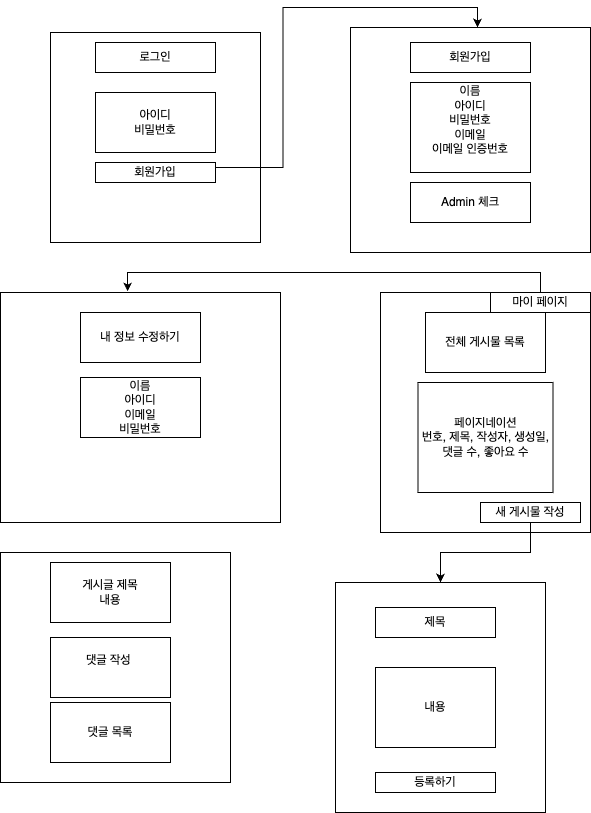
newspeed-project/newspeed-project keeps this draw.io diagram as 뉴스피드 와이어프레임.drawio.png. Above is the earlier version. Source tidied: cells renumbered, new cells last; positions are measured from the earlier drawing's top-left corner, leaving out a move shared by most shapes. Its diagram source:
```xml
<mxGraphModel>
  <root>
    <mxCell id="0" />
    <mxCell id="1" parent="0" />
    <mxCell id="2" style="whiteSpace=wrap;html=1;" parent="1" vertex="1">
      <mxGeometry x="50" y="5" width="210" height="210" as="geometry" />
    </mxCell>
    <mxCell id="3" value="아이디&lt;div&gt;비밀번호&lt;/div&gt;" style="rounded=0;whiteSpace=wrap;html=1;" parent="1" vertex="1">
      <mxGeometry x="95" y="65" width="120" height="60" as="geometry" />
    </mxCell>
    <mxCell id="4" value="로그인" style="rounded=0;whiteSpace=wrap;html=1;" parent="1" vertex="1">
      <mxGeometry x="95" y="15" width="120" height="30" as="geometry" />
    </mxCell>
    <mxCell id="5" style="rounded=0;whiteSpace=wrap;html=1;" parent="1" vertex="1">
      <mxGeometry x="350" width="240" height="225" as="geometry" />
    </mxCell>
    <mxCell id="6" value="회원가입" style="rounded=0;whiteSpace=wrap;html=1;" parent="1" vertex="1">
      <mxGeometry x="410" y="15" width="120" height="30" as="geometry" />
    </mxCell>
    <mxCell id="7" value="이름&lt;div&gt;아이디&lt;/div&gt;&lt;div&gt;비밀번호&lt;/div&gt;&lt;div&gt;이메일&lt;/div&gt;&lt;div&gt;이메일 인증번호&lt;/div&gt;&lt;div&gt;&lt;br&gt;&lt;/div&gt;" style="rounded=0;whiteSpace=wrap;html=1;" parent="1" vertex="1">
      <mxGeometry x="410" y="55" width="120" height="90" as="geometry" />
    </mxCell>
    <mxCell id="8" value="Admin 체크" style="rounded=0;whiteSpace=wrap;html=1;" parent="1" vertex="1">
      <mxGeometry x="410" y="155" width="120" height="40" as="geometry" />
    </mxCell>
    <mxCell id="9" style="rounded=0;whiteSpace=wrap;html=1;" parent="1" vertex="1">
      <mxGeometry y="265" width="280" height="230" as="geometry" />
    </mxCell>
    <mxCell id="10" value="내 정보 수정하기" style="rounded=0;whiteSpace=wrap;html=1;" parent="1" vertex="1">
      <mxGeometry x="80" y="285" width="120" height="50" as="geometry" />
    </mxCell>
    <mxCell id="11" value="이름&lt;div&gt;아이디&lt;/div&gt;&lt;div&gt;이메일&lt;/div&gt;&lt;div&gt;비밀번호&lt;/div&gt;" style="rounded=0;whiteSpace=wrap;html=1;" parent="1" vertex="1">
      <mxGeometry x="80" y="350" width="120" height="60" as="geometry" />
    </mxCell>
    <mxCell id="12" style="rounded=0;whiteSpace=wrap;html=1;" parent="1" vertex="1">
      <mxGeometry x="380" y="265" width="210" height="240" as="geometry" />
    </mxCell>
    <mxCell id="13" value="전체 게시물 목록" style="rounded=0;whiteSpace=wrap;html=1;" parent="1" vertex="1">
      <mxGeometry x="425" y="285" width="120" height="60" as="geometry" />
    </mxCell>
    <mxCell id="14" value="페이지네이션&lt;div&gt;번호, 제목, 작성자, 생성일,&lt;/div&gt;&lt;div&gt;댓글 수, 좋아요 수&lt;/div&gt;" style="rounded=0;whiteSpace=wrap;html=1;" parent="1" vertex="1">
      <mxGeometry x="417.5" y="355" width="135" height="110" as="geometry" />
    </mxCell>
    <mxCell id="15" style="edgeStyle=orthogonalEdgeStyle;rounded=0;jettySize=auto;html=1;exitX=0.5;exitY=1;exitDx=0;exitDy=0;entryX=0.5;entryY=0;entryDx=0;entryDy=0;" parent="1" edge="1" source="16" target="23">
      <mxGeometry relative="1" as="geometry" />
    </mxCell>
    <mxCell id="16" value="새 게시물 작성" style="rounded=0;whiteSpace=wrap;html=1;" parent="1" vertex="1">
      <mxGeometry x="480" y="475" width="100" height="20" as="geometry" />
    </mxCell>
    <mxCell id="17" value="마이 페이지" style="rounded=0;whiteSpace=wrap;html=1;" parent="1" vertex="1">
      <mxGeometry x="490" y="265" width="100" height="20" as="geometry" />
    </mxCell>
    <mxCell id="18" value="회원가입" style="rounded=0;whiteSpace=wrap;html=1;" parent="1" vertex="1">
      <mxGeometry x="95" y="135" width="120" height="20" as="geometry" />
    </mxCell>
    <mxCell id="19" style="rounded=0;whiteSpace=wrap;html=1;" parent="1" vertex="1">
      <mxGeometry y="525" width="230" height="230" as="geometry" />
    </mxCell>
    <mxCell id="20" value="게시글 제목&lt;div&gt;내용&lt;/div&gt;" style="rounded=0;whiteSpace=wrap;html=1;" parent="1" vertex="1">
      <mxGeometry x="50" y="535" width="120" height="60" as="geometry" />
    </mxCell>
    <mxCell id="21" value="댓글 작성&amp;nbsp;&lt;div&gt;&lt;br&gt;&lt;/div&gt;" style="rounded=0;whiteSpace=wrap;html=1;" parent="1" vertex="1">
      <mxGeometry x="50" y="610" width="120" height="60" as="geometry" />
    </mxCell>
    <mxCell id="22" value="댓글 목록" style="rounded=0;whiteSpace=wrap;html=1;" parent="1" vertex="1">
      <mxGeometry x="50" y="675" width="120" height="60" as="geometry" />
    </mxCell>
    <mxCell id="23" style="rounded=0;whiteSpace=wrap;html=1;" parent="1" vertex="1">
      <mxGeometry x="335" y="555" width="210" height="230" as="geometry" />
    </mxCell>
    <mxCell id="24" value="제목" style="rounded=0;whiteSpace=wrap;html=1;" parent="1" vertex="1">
      <mxGeometry x="375" y="580" width="120" height="30" as="geometry" />
    </mxCell>
    <mxCell id="25" value="내용" style="rounded=0;whiteSpace=wrap;html=1;" parent="1" vertex="1">
      <mxGeometry x="375" y="640" width="120" height="80" as="geometry" />
    </mxCell>
    <mxCell id="26" value="등록하기" style="rounded=0;whiteSpace=wrap;html=1;" parent="1" vertex="1">
      <mxGeometry x="375" y="745" width="120" height="20" as="geometry" />
    </mxCell>
    <mxCell id="27" style="edgeStyle=orthogonalEdgeStyle;rounded=0;jettySize=auto;html=1;exitX=0.5;exitY=0;exitDx=0;exitDy=0;entryX=0.454;entryY=-0.004;entryDx=0;entryDy=0;entryPerimeter=0;" parent="1" edge="1" source="17" target="9">
      <mxGeometry relative="1" as="geometry" />
    </mxCell>
    <mxCell id="28" style="edgeStyle=orthogonalEdgeStyle;rounded=0;jettySize=auto;html=1;exitX=1;exitY=0.25;exitDx=0;exitDy=0;entryX=0.529;entryY=0;entryDx=0;entryDy=0;entryPerimeter=0;" parent="1" edge="1" source="18" target="5">
      <mxGeometry relative="1" as="geometry" />
    </mxCell>
  </root>
</mxGraphModel>
```
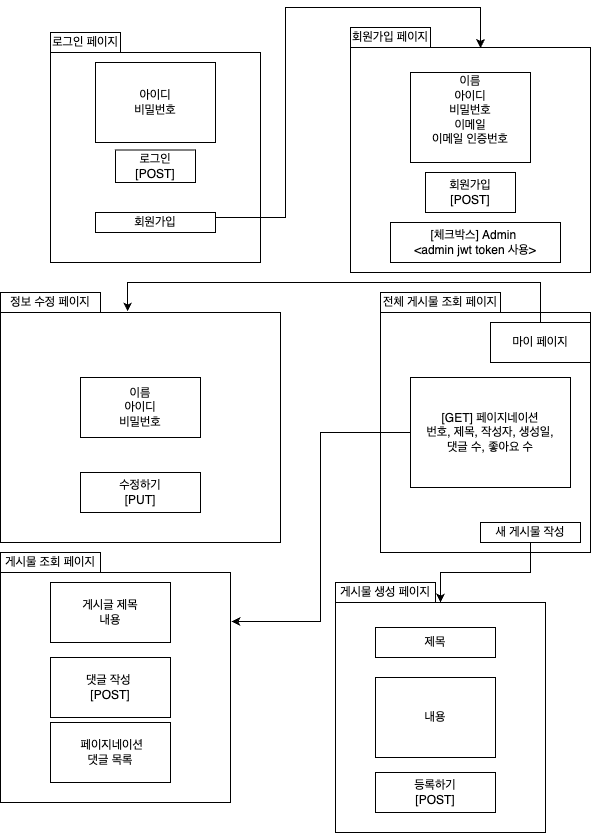
Later version of the same file.

Commit message:
뉴스피드 와이어프레임.drawio.png 수정

Diff of the diagram source:
```diff
@@ -5,41 +5,29 @@
     <mxCell id="2" style="whiteSpace=wrap;html=1;" parent="1" vertex="1">
       <mxGeometry x="50" y="5" width="210" height="210" as="geometry" />
     </mxCell>
-    <mxCell id="3" value="아이디&lt;div&gt;비밀번호&lt;/div&gt;" style="rounded=0;whiteSpace=wrap;html=1;" parent="1" vertex="1">
-      <mxGeometry x="95" y="65" width="120" height="60" as="geometry" />
-    </mxCell>
-    <mxCell id="4" value="로그인" style="rounded=0;whiteSpace=wrap;html=1;" parent="1" vertex="1">
-      <mxGeometry x="95" y="15" width="120" height="30" as="geometry" />
-    </mxCell>
     <mxCell id="5" style="rounded=0;whiteSpace=wrap;html=1;" parent="1" vertex="1">
       <mxGeometry x="350" width="240" height="225" as="geometry" />
     </mxCell>
-    <mxCell id="6" value="회원가입" style="rounded=0;whiteSpace=wrap;html=1;" parent="1" vertex="1">
-      <mxGeometry x="410" y="15" width="120" height="30" as="geometry" />
-    </mxCell>
     <mxCell id="7" value="이름&lt;div&gt;아이디&lt;/div&gt;&lt;div&gt;비밀번호&lt;/div&gt;&lt;div&gt;이메일&lt;/div&gt;&lt;div&gt;이메일 인증번호&lt;/div&gt;&lt;div&gt;&lt;br&gt;&lt;/div&gt;" style="rounded=0;whiteSpace=wrap;html=1;" parent="1" vertex="1">
-      <mxGeometry x="410" y="55" width="120" height="90" as="geometry" />
+      <mxGeometry x="410" y="25" width="120" height="90" as="geometry" />
     </mxCell>
-    <mxCell id="8" value="Admin 체크" style="rounded=0;whiteSpace=wrap;html=1;" parent="1" vertex="1">
-      <mxGeometry x="410" y="155" width="120" height="40" as="geometry" />
+    <mxCell id="8" value="[체크박스] Admin&amp;nbsp;&lt;div&gt;&amp;lt;admin jwt token 사용&amp;gt;&lt;/div&gt;" style="rounded=0;whiteSpace=wrap;html=1;" parent="1" vertex="1">
+      <mxGeometry x="390" y="175" width="170" height="40" as="geometry" />
     </mxCell>
     <mxCell id="9" style="rounded=0;whiteSpace=wrap;html=1;" parent="1" vertex="1">
       <mxGeometry y="265" width="280" height="230" as="geometry" />
     </mxCell>
-    <mxCell id="10" value="내 정보 수정하기" style="rounded=0;whiteSpace=wrap;html=1;" parent="1" vertex="1">
-      <mxGeometry x="80" y="285" width="120" height="50" as="geometry" />
-    </mxCell>
-    <mxCell id="11" value="이름&lt;div&gt;아이디&lt;/div&gt;&lt;div&gt;이메일&lt;/div&gt;&lt;div&gt;비밀번호&lt;/div&gt;" style="rounded=0;whiteSpace=wrap;html=1;" parent="1" vertex="1">
-      <mxGeometry x="80" y="350" width="120" height="60" as="geometry" />
+    <mxCell id="11" value="이름&lt;div&gt;아이디&lt;/div&gt;&lt;div&gt;비밀번호&lt;/div&gt;" style="rounded=0;whiteSpace=wrap;html=1;" parent="1" vertex="1">
+      <mxGeometry x="80" y="330" width="120" height="60" as="geometry" />
     </mxCell>
     <mxCell id="12" style="rounded=0;whiteSpace=wrap;html=1;" parent="1" vertex="1">
       <mxGeometry x="380" y="265" width="210" height="240" as="geometry" />
     </mxCell>
-    <mxCell id="13" value="전체 게시물 목록" style="rounded=0;whiteSpace=wrap;html=1;" parent="1" vertex="1">
-      <mxGeometry x="425" y="285" width="120" height="60" as="geometry" />
-    </mxCell>
+    <mxCell id="29" style="edgeStyle=orthogonalEdgeStyle;rounded=0;jettySize=auto;html=1;exitX=0;exitY=0.5;exitDx=0;exitDy=0;entryX=1.004;entryY=0.213;entryDx=0;entryDy=0;entryPerimeter=0;" parent="1" edge="1" source="14" target="19">
+      <mxGeometry relative="1" as="geometry" />
+    </mxCell>
-    <mxCell id="14" value="페이지네이션&lt;div&gt;번호, 제목, 작성자, 생성일,&lt;/div&gt;&lt;div&gt;댓글 수, 좋아요 수&lt;/div&gt;" style="rounded=0;whiteSpace=wrap;html=1;" parent="1" vertex="1">
-      <mxGeometry x="417.5" y="355" width="135" height="110" as="geometry" />
+    <mxCell id="14" value="[GET] 페이지네이션&lt;div&gt;번호, 제목, 작성자, 생성일,&lt;/div&gt;&lt;div&gt;댓글 수, 좋아요 수&lt;/div&gt;" style="rounded=0;whiteSpace=wrap;html=1;" parent="1" vertex="1">
+      <mxGeometry x="410" y="330" width="160" height="110" as="geometry" />
     </mxCell>
     <mxCell id="15" style="edgeStyle=orthogonalEdgeStyle;rounded=0;jettySize=auto;html=1;exitX=0.5;exitY=1;exitDx=0;exitDy=0;entryX=0.5;entryY=0;entryDx=0;entryDy=0;" parent="1" edge="1" source="16" target="23">
       <mxGeometry relative="1" as="geometry" />
@@ -48,10 +36,10 @@
       <mxGeometry x="480" y="475" width="100" height="20" as="geometry" />
     </mxCell>
     <mxCell id="17" value="마이 페이지" style="rounded=0;whiteSpace=wrap;html=1;" parent="1" vertex="1">
-      <mxGeometry x="490" y="265" width="100" height="20" as="geometry" />
+      <mxGeometry x="490" y="275" width="100" height="40" as="geometry" />
     </mxCell>
     <mxCell id="18" value="회원가입" style="rounded=0;whiteSpace=wrap;html=1;" parent="1" vertex="1">
-      <mxGeometry x="95" y="135" width="120" height="20" as="geometry" />
+      <mxGeometry x="95" y="165" width="120" height="20" as="geometry" />
     </mxCell>
     <mxCell id="19" style="rounded=0;whiteSpace=wrap;html=1;" parent="1" vertex="1">
       <mxGeometry y="525" width="230" height="230" as="geometry" />
@@ -59,10 +47,10 @@
     <mxCell id="20" value="게시글 제목&lt;div&gt;내용&lt;/div&gt;" style="rounded=0;whiteSpace=wrap;html=1;" parent="1" vertex="1">
       <mxGeometry x="50" y="535" width="120" height="60" as="geometry" />
     </mxCell>
-    <mxCell id="21" value="댓글 작성&amp;nbsp;&lt;div&gt;&lt;br&gt;&lt;/div&gt;" style="rounded=0;whiteSpace=wrap;html=1;" parent="1" vertex="1">
+    <mxCell id="21" value="댓글 작성&amp;nbsp;&lt;div&gt;[POST]&lt;/div&gt;" style="rounded=0;whiteSpace=wrap;html=1;" parent="1" vertex="1">
       <mxGeometry x="50" y="610" width="120" height="60" as="geometry" />
     </mxCell>
-    <mxCell id="22" value="댓글 목록" style="rounded=0;whiteSpace=wrap;html=1;" parent="1" vertex="1">
+    <mxCell id="22" value="&lt;div&gt;&amp;nbsp;페이지네이션&lt;/div&gt;댓글 목록" style="rounded=0;whiteSpace=wrap;html=1;" parent="1" vertex="1">
       <mxGeometry x="50" y="675" width="120" height="60" as="geometry" />
     </mxCell>
     <mxCell id="23" style="rounded=0;whiteSpace=wrap;html=1;" parent="1" vertex="1">
@@ -72,16 +60,57 @@
       <mxGeometry x="375" y="580" width="120" height="30" as="geometry" />
     </mxCell>
     <mxCell id="25" value="내용" style="rounded=0;whiteSpace=wrap;html=1;" parent="1" vertex="1">
-      <mxGeometry x="375" y="640" width="120" height="80" as="geometry" />
+      <mxGeometry x="375" y="630" width="120" height="80" as="geometry" />
     </mxCell>
-    <mxCell id="26" value="등록하기" style="rounded=0;whiteSpace=wrap;html=1;" parent="1" vertex="1">
-      <mxGeometry x="375" y="745" width="120" height="20" as="geometry" />
+    <mxCell id="26" value="등록하기&lt;div&gt;[POST]&lt;/div&gt;" style="rounded=0;whiteSpace=wrap;html=1;" parent="1" vertex="1">
+      <mxGeometry x="375" y="725" width="120" height="40" as="geometry" />
     </mxCell>
     <mxCell id="27" style="edgeStyle=orthogonalEdgeStyle;rounded=0;jettySize=auto;html=1;exitX=0.5;exitY=0;exitDx=0;exitDy=0;entryX=0.454;entryY=-0.004;entryDx=0;entryDy=0;entryPerimeter=0;" parent="1" edge="1" source="17" target="9">
-      <mxGeometry relative="1" as="geometry" />
+      <mxGeometry relative="1" as="geometry">
+        <Array as="points">
+          <mxPoint x="540" y="235" />
+          <mxPoint x="127" y="235" />
+        </Array>
+      </mxGeometry>
     </mxCell>
+    <mxCell id="3" value="아이디&lt;div&gt;비밀번호&lt;/div&gt;" style="rounded=0;whiteSpace=wrap;html=1;" parent="1" vertex="1">
+      <mxGeometry x="95" y="15" width="120" height="80" as="geometry" />
+    </mxCell>
+    <mxCell id="30" value="로그인&lt;div&gt;[POST]&lt;/div&gt;" style="rounded=0;whiteSpace=wrap;html=1;" parent="1" vertex="1">
+      <mxGeometry x="115" y="102.5" width="80" height="32.5" as="geometry" />
+    </mxCell>
+    <mxCell id="31" value="회원가입&lt;div&gt;[POST]&lt;/div&gt;" style="rounded=0;whiteSpace=wrap;html=1;" parent="1" vertex="1">
+      <mxGeometry x="425" y="125" width="90" height="40" as="geometry" />
+    </mxCell>
+    <mxCell id="32" value="수정하기&lt;div&gt;[PUT]&lt;/div&gt;" style="rounded=0;whiteSpace=wrap;html=1;" parent="1" vertex="1">
+      <mxGeometry x="80" y="425" width="120" height="40" as="geometry" />
+    </mxCell>
+    <mxCell id="33" value="게시물 생성 페이지" style="rounded=0;whiteSpace=wrap;html=1;" parent="1" vertex="1">
+      <mxGeometry x="335" y="535" width="100" height="20" as="geometry" />
+    </mxCell>
+    <mxCell id="34" value="게시물 조회 페이지" style="rounded=0;whiteSpace=wrap;html=1;" parent="1" vertex="1">
+      <mxGeometry y="505" width="100" height="20" as="geometry" />
+    </mxCell>
+    <mxCell id="35" value="정보 수정 페이지" style="rounded=0;whiteSpace=wrap;html=1;" parent="1" vertex="1">
+      <mxGeometry y="245" width="100" height="20" as="geometry" />
+    </mxCell>
+    <mxCell id="36" value="전체 게시물 조회 페이지" style="rounded=0;whiteSpace=wrap;html=1;" parent="1" vertex="1">
+      <mxGeometry x="380" y="245" width="120" height="20" as="geometry" />
+    </mxCell>
+    <mxCell id="37" value="로그인 페이지" style="rounded=0;whiteSpace=wrap;html=1;" parent="1" vertex="1">
+      <mxGeometry x="50" y="-15" width="70" height="20" as="geometry" />
+    </mxCell>
-    <mxCell id="28" style="edgeStyle=orthogonalEdgeStyle;rounded=0;jettySize=auto;html=1;exitX=1;exitY=0.25;exitDx=0;exitDy=0;entryX=0.529;entryY=0;entryDx=0;entryDy=0;entryPerimeter=0;" parent="1" edge="1" source="18" target="5">
-      <mxGeometry relative="1" as="geometry" />
+    <mxCell id="28" style="edgeStyle=orthogonalEdgeStyle;rounded=0;jettySize=auto;html=1;exitX=1;exitY=0.25;exitDx=0;exitDy=0;entryX=0.542;entryY=0.002;entryDx=0;entryDy=0;entryPerimeter=0;" parent="1" edge="1" source="18" target="5">
+      <mxGeometry relative="1" as="geometry">
+        <Array as="points">
+          <mxPoint x="285" y="170" />
+          <mxPoint x="285" y="-40" />
+          <mxPoint x="480" y="-40" />
+        </Array>
+      </mxGeometry>
     </mxCell>
+    <mxCell id="38" value="회원가입 페이지" style="rounded=0;whiteSpace=wrap;html=1;" parent="1" vertex="1">
+      <mxGeometry x="350" y="-20" width="80" height="20" as="geometry" />
+    </mxCell>
   </root>
 </mxGraphModel>
```
